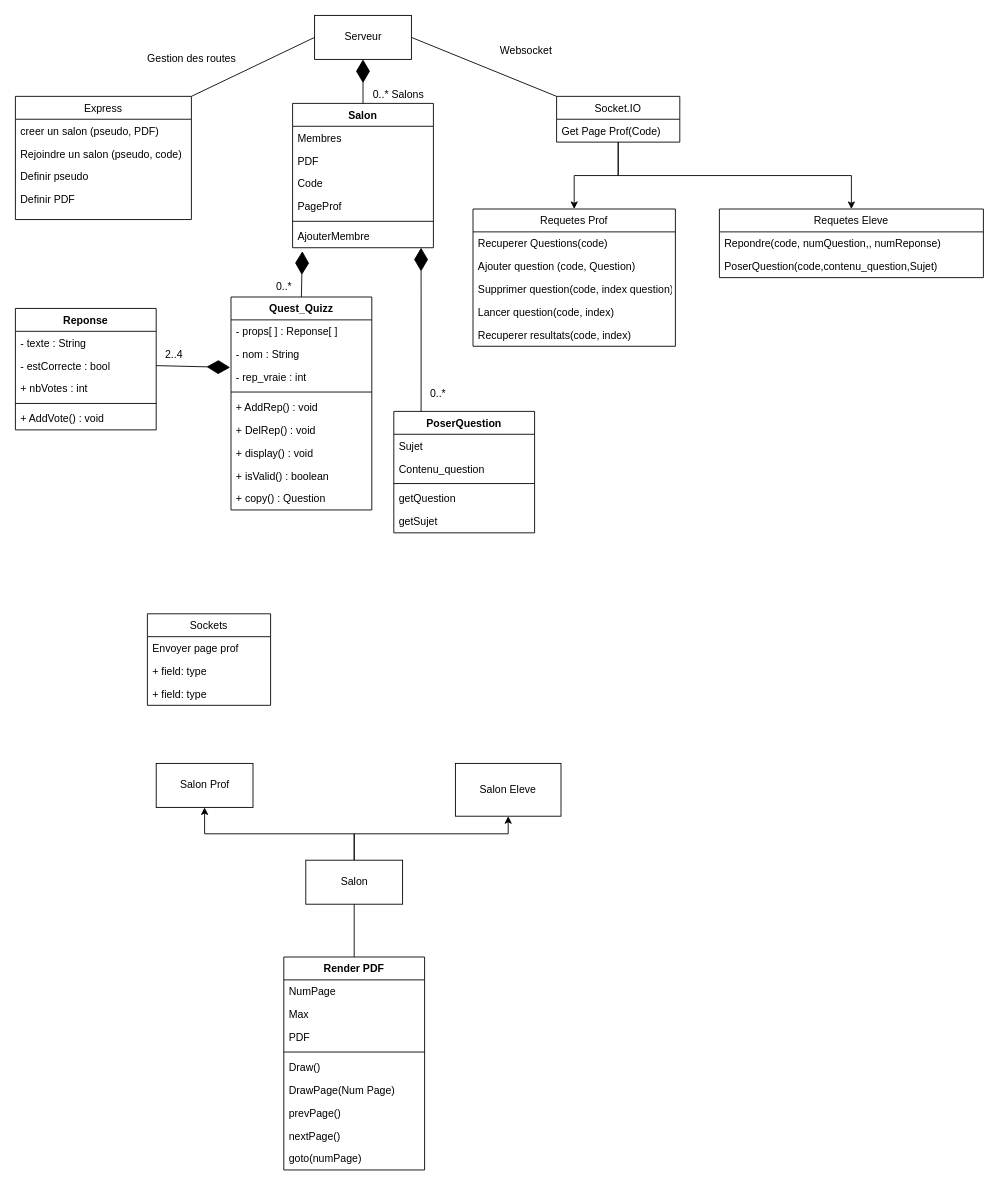
The draw.io diagram docs/diagram_de_classe.drawio in ProbablyClem/ShareMyPDF, before the edit. Source tidied: cells renumbered, new cells numbered last; positions are measured from the earlier drawing's top-left corner, leaving out a move shared by most shapes. Both pictures are drawn from the tidied source at 88%, with x=0, y=0 at pixel (15, 15).
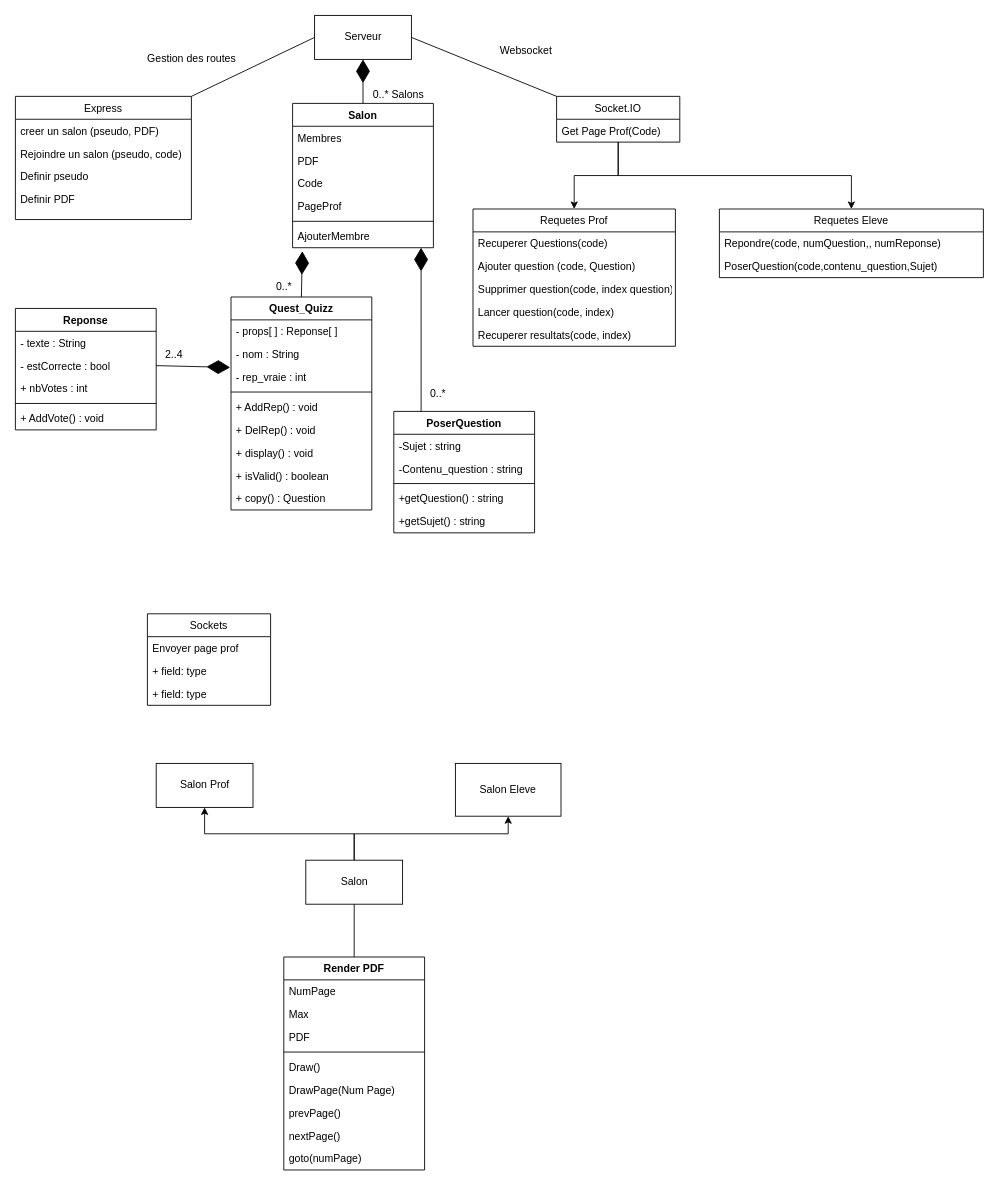
The same page after the edit.

Commit message:
Questions eleves modifications

The change refers to these unchanged cells:
```xml
<mxCell id="74" value="PoserQuestion" style="swimlane;fontStyle=1;align=center;verticalAlign=top;horizontal=1;startSize=26;" parent="1" vertex="1">
  <mxGeometry x="430" y="450" width="160" height="138" as="geometry" />
</mxCell>
```

Diff of the diagram source:
```diff
@@
-    <mxCell id="75" value="Sujet" style="text;strokeColor=none;fillColor=none;align=left;verticalAlign=top;spacingLeft=4;spacingRight=4;overflow=hidden;" parent="74" vertex="1">
+    <mxCell id="75" value="-Sujet : string" style="text;strokeColor=none;fillColor=none;align=left;verticalAlign=top;spacingLeft=4;spacingRight=4;overflow=hidden;" parent="74" vertex="1">
       <mxGeometry y="26" width="160" height="26" as="geometry" />
     </mxCell>
-    <mxCell id="76" value="Contenu_question" style="text;strokeColor=none;fillColor=none;align=left;verticalAlign=top;spacingLeft=4;spacingRight=4;overflow=hidden;" parent="74" vertex="1">
+    <mxCell id="76" value="-Contenu_question : string" style="text;strokeColor=none;fillColor=none;align=left;verticalAlign=top;spacingLeft=4;spacingRight=4;overflow=hidden;" parent="74" vertex="1">
       <mxGeometry y="52" width="160" height="26" as="geometry" />
     </mxCell>
@@
-    <mxCell id="78" value="getQuestion" style="text;strokeColor=none;fillColor=none;align=left;verticalAlign=top;spacingLeft=4;spacingRight=4;overflow=hidden;" parent="74" vertex="1">
+    <mxCell id="78" value="+getQuestion() : string " style="text;strokeColor=none;fillColor=none;align=left;verticalAlign=top;spacingLeft=4;spacingRight=4;overflow=hidden;" parent="74" vertex="1">
       <mxGeometry y="86" width="160" height="26" as="geometry" />
     </mxCell>
-    <mxCell id="79" value="getSujet" style="text;strokeColor=none;fillColor=none;align=left;verticalAlign=top;spacingLeft=4;spacingRight=4;overflow=hidden;" parent="74" vertex="1">
+    <mxCell id="79" value="+getSujet() : string" style="text;strokeColor=none;fillColor=none;align=left;verticalAlign=top;spacingLeft=4;spacingRight=4;overflow=hidden;" parent="74" vertex="1">
       <mxGeometry y="112" width="160" height="26" as="geometry" />
     </mxCell>
```
